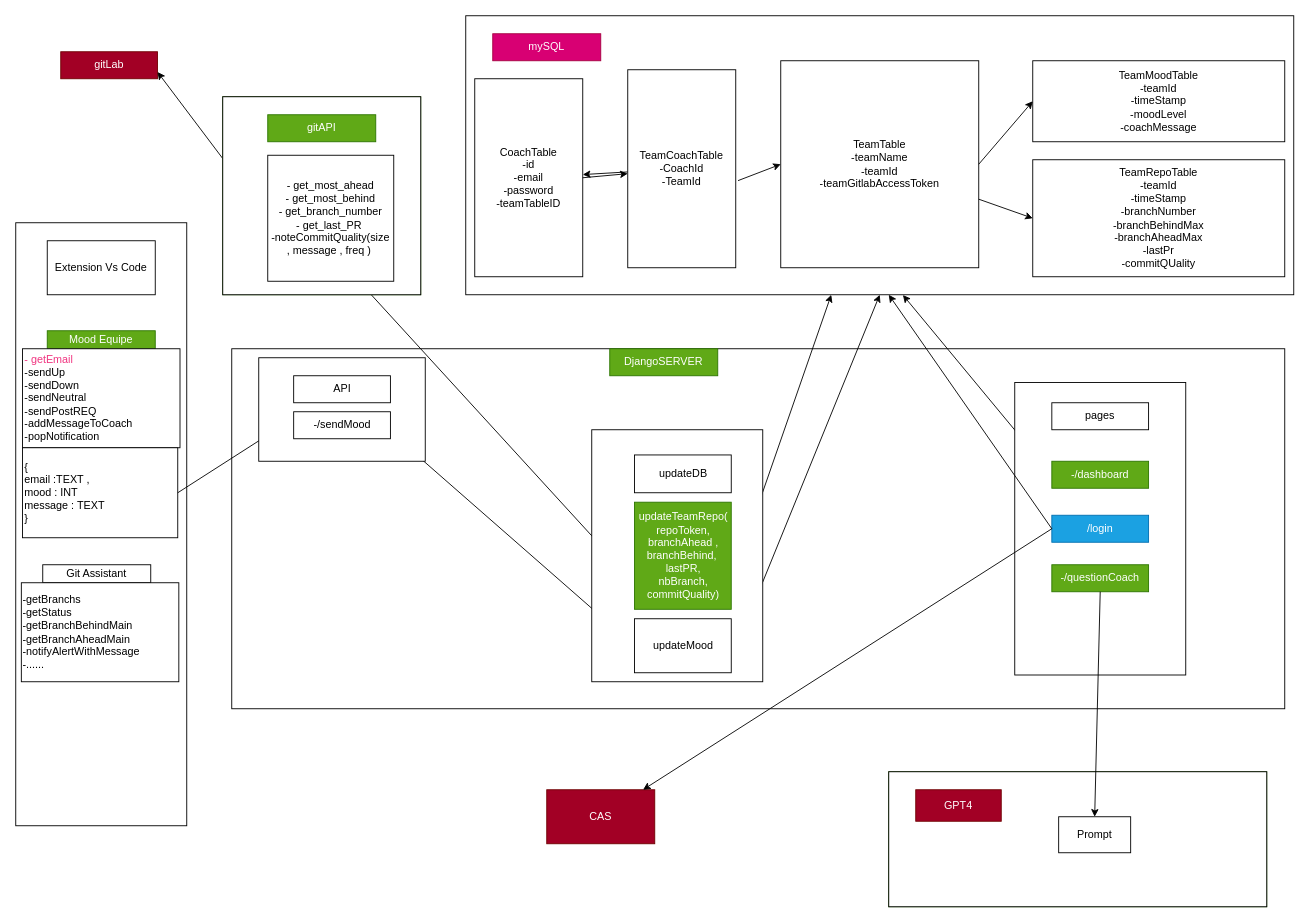
The draw.io diagram architecture.drawio in mohamedali3107/codingcoach, before the edit. Source tidied: cells renumbered, new cells numbered last; positions are measured from the earlier drawing's top-left corner, leaving out a move shared by most shapes. Both pictures are drawn from the tidied source at 90%, with x=0, y=0 at pixel (15, 15).
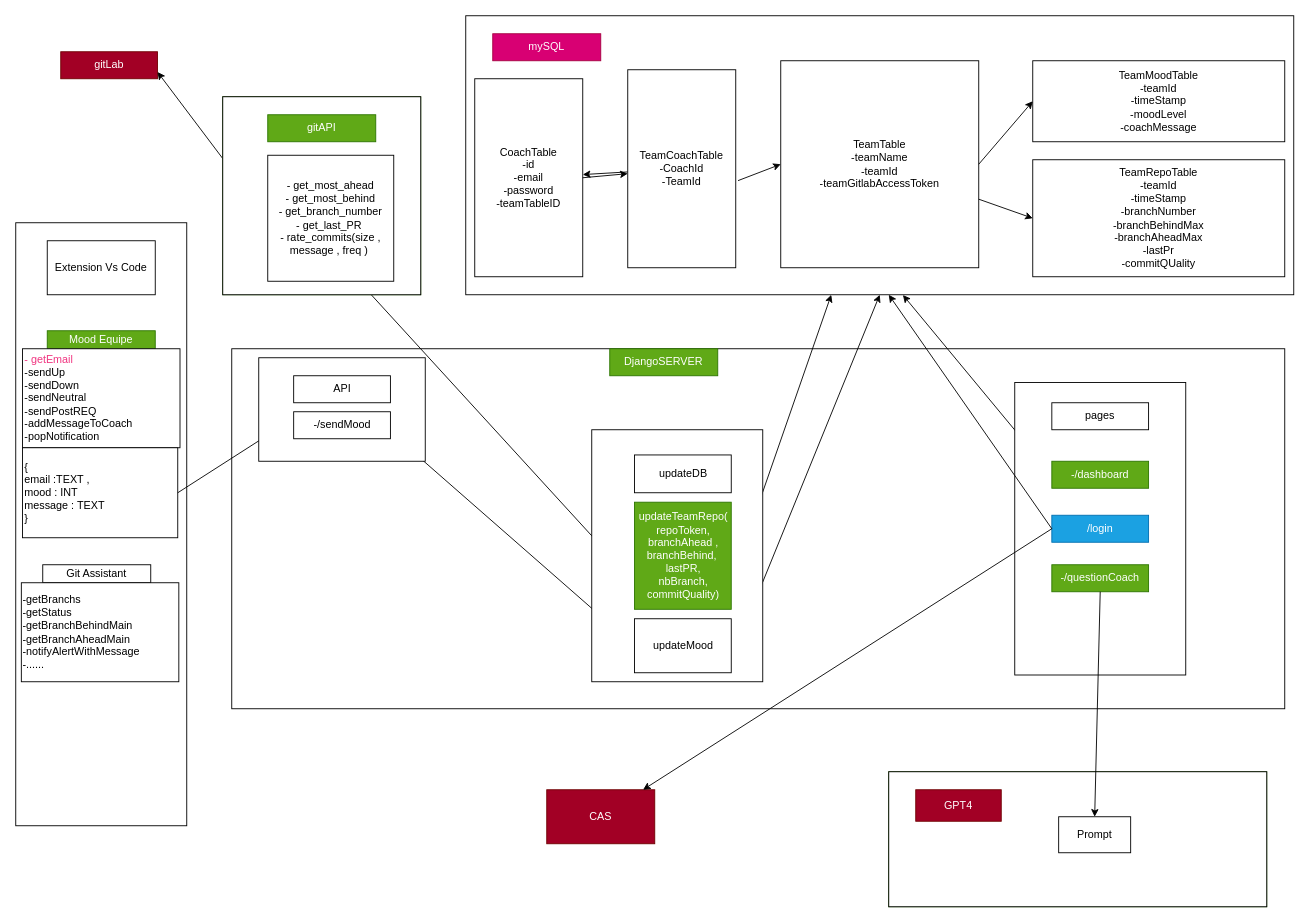
The same page after the edit.

Unchanged cells that the change refers to:
```xml
<mxCell id="52" style="group;fillColor=#60a917;fontColor=#ffffff;strokeColor=#2D7600;" parent="1" vertex="1">
  <mxGeometry x="230" y="90" width="220" height="220" as="geometry" />
</mxCell>
```

Change to the diagram source:
```diff
@@
-    <mxCell id="55" value="- get_most_ahead&lt;br&gt;- get_most_behind&lt;br&gt;- get_branch_number&lt;br&gt;- get_last_PR&amp;nbsp;&lt;br&gt;-noteCommitQuality(size , message , freq )&amp;nbsp;" style="whiteSpace=wrap;html=1;" parent="52" vertex="1">
+    <mxCell id="55" value="- get_most_ahead&lt;br&gt;- get_most_behind&lt;br&gt;- get_branch_number&lt;br&gt;- get_last_PR&amp;nbsp;&lt;br&gt;- rate_commits(size , message , freq )&amp;nbsp;" style="whiteSpace=wrap;html=1;" parent="52" vertex="1">
       <mxGeometry x="50" y="65" width="140" height="140" as="geometry" />
     </mxCell>
```
